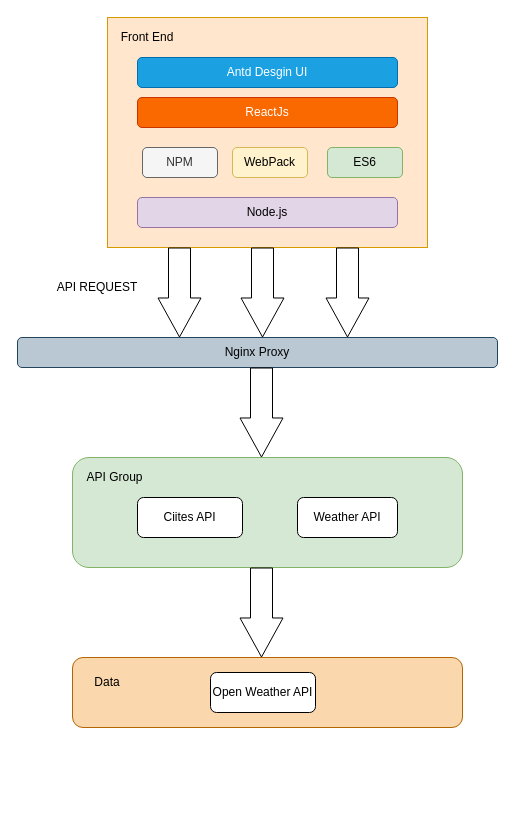
This is docs/Arch_Diagram.drawio from diggex/weather-demo, a draw.io file, before an edit. Source tidied: cells renumbered, new cells numbered last; positions are measured from the earlier drawing's top-left corner, leaving out a move shared by most shapes. Both pictures are drawn from the tidied source at 100%, with x=0, y=0 at pixel (17, 17).
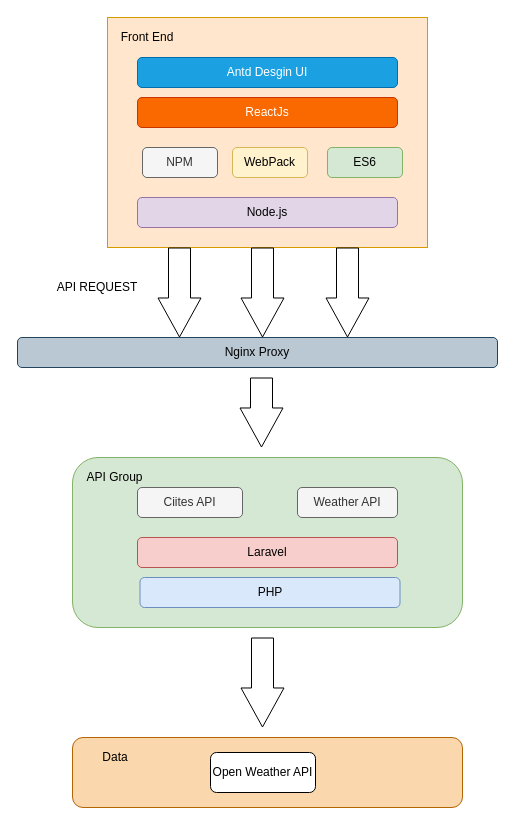
The same diagram, later.

The edit, as a diff of the source:
```diff
@@
     <mxCell id="15" style="rounded=1;whiteSpace=wrap;html=1;fillColor=#d5e8d4;strokeColor=#82b366;" parent="1" vertex="1">
-      <mxGeometry x="55" y="440" width="390" height="110" as="geometry" />
+      <mxGeometry x="55" y="440" width="390" height="170" as="geometry" />
     </mxCell>
-    <mxCell id="16" value="Ciites API" style="rounded=1;whiteSpace=wrap;html=1;" parent="1" vertex="1">
-      <mxGeometry x="120" y="480" width="105" height="40" as="geometry" />
+    <mxCell id="16" value="Ciites API" style="rounded=1;whiteSpace=wrap;html=1;fillColor=#f5f5f5;strokeColor=#666666;fontColor=#333333;" parent="1" vertex="1">
+      <mxGeometry x="120" y="470" width="105" height="30" as="geometry" />
     </mxCell>
-    <mxCell id="17" value="Weather API" style="rounded=1;whiteSpace=wrap;html=1;" parent="1" vertex="1">
-      <mxGeometry x="280" y="480" width="100" height="40" as="geometry" />
+    <mxCell id="17" value="Weather API" style="rounded=1;whiteSpace=wrap;html=1;fillColor=#f5f5f5;strokeColor=#666666;fontColor=#333333;" parent="1" vertex="1">
+      <mxGeometry x="280" y="470" width="100" height="30" as="geometry" />
     </mxCell>
@@
     <mxCell id="19" style="shape=flexArrow;endArrow=classic;html=1;width=22;endSize=12.67;endWidth=20;" parent="1" edge="1">
       <mxGeometry relative="1" as="geometry">
-        <mxPoint x="244" y="350" as="sourcePoint" />
-        <mxPoint x="244" y="440" as="targetPoint" />
+        <mxPoint x="244" y="360" as="sourcePoint" />
+        <mxPoint x="244" y="430" as="targetPoint" />
       </mxGeometry>
     </mxCell>
     <mxCell id="20" style="shape=flexArrow;endArrow=classic;html=1;width=22;endSize=12.67;endWidth=20;" parent="1" edge="1">
       <mxGeometry relative="1" as="geometry">
-        <mxPoint x="244" y="550" as="sourcePoint" />
-        <mxPoint x="244" y="640" as="targetPoint" />
+        <mxPoint x="245" y="620" as="sourcePoint" />
+        <mxPoint x="245" y="710" as="targetPoint" />
       </mxGeometry>
     </mxCell>
     <mxCell id="21" style="rounded=1;whiteSpace=wrap;html=1;fillColor=#fad7ac;strokeColor=#b46504;" parent="1" vertex="1">
-      <mxGeometry x="55" y="640" width="390" height="70" as="geometry" />
+      <mxGeometry x="55" y="720" width="390" height="70" as="geometry" />
     </mxCell>
     <mxCell id="22" value="Data" style="text;html=1;strokeColor=none;fillColor=none;align=center;verticalAlign=middle;whiteSpace=wrap;rounded=0;" parent="1" vertex="1">
-      <mxGeometry x="70" y="655" width="40" height="20" as="geometry" />
+      <mxGeometry x="77.5" y="730" width="40" height="20" as="geometry" />
     </mxCell>
     <mxCell id="23" value="Open Weather API" style="rounded=1;whiteSpace=wrap;html=1;" parent="1" vertex="1">
-      <mxGeometry x="193" y="655" width="105" height="40" as="geometry" />
+      <mxGeometry x="193" y="735" width="105" height="40" as="geometry" />
     </mxCell>
+    <mxCell id="24" value="Laravel" style="rounded=1;whiteSpace=wrap;html=1;fillColor=#f8cecc;strokeColor=#b85450;" parent="1" vertex="1">
+      <mxGeometry x="120" y="520" width="260" height="30" as="geometry" />
+    </mxCell>
+    <mxCell id="25" value="PHP&lt;br&gt;" style="rounded=1;whiteSpace=wrap;html=1;fillColor=#dae8fc;strokeColor=#6c8ebf;" parent="1" vertex="1">
+      <mxGeometry x="122.5" y="560" width="260" height="30" as="geometry" />
+    </mxCell>
```
